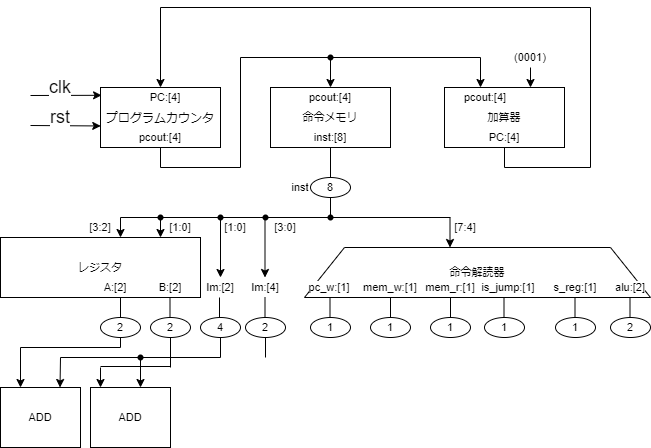
Above: cpu.png in ma2mo10/uRLTD4 (draw.io), before the change. Source tidied: cells renumbered, new cells last; positions are measured from the earlier drawing's top-left corner, leaving out a move shared by most shapes.
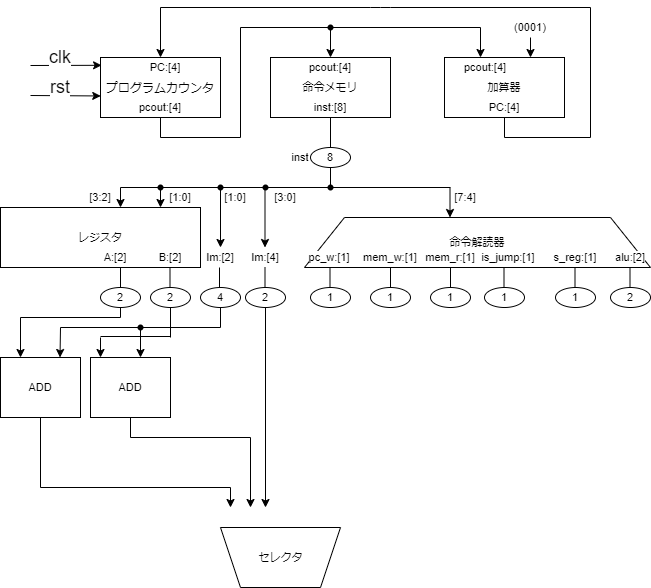
The same diagram one commit later.

Change to the diagram source:
```diff
@@ -111,19 +111,22 @@
     </mxCell>
     <mxCell id="28" style="endArrow=none;html=1;fontSize=11;" parent="1" edge="1">
       <mxGeometry relative="1" as="geometry">
-        <mxPoint x="590" as="sourcePoint" />
+        <mxPoint x="590" y="30" as="sourcePoint" />
         <mxPoint x="590" y="160" as="targetPoint" />
       </mxGeometry>
     </mxCell>
     <mxCell id="29" style="endArrow=none;html=1;fontSize=11;" parent="1" edge="1">
       <mxGeometry relative="1" as="geometry">
-        <mxPoint x="160" as="sourcePoint" />
-        <mxPoint x="590" as="targetPoint" />
+        <mxPoint x="160" y="30" as="sourcePoint" />
+        <mxPoint x="590" y="30" as="targetPoint" />
+        <Array as="points">
+          <mxPoint x="380" y="30" />
+        </Array>
       </mxGeometry>
     </mxCell>
     <mxCell id="30" style="endArrow=classic;html=1;fontSize=11;entryX=0.5;entryY=0;entryDx=0;entryDy=0;" parent="1" edge="1" target="2">
       <mxGeometry relative="1" as="geometry">
-        <mxPoint x="160" as="sourcePoint" />
+        <mxPoint x="160" y="30" as="sourcePoint" />
       </mxGeometry>
     </mxCell>
     <mxCell id="31" value="PC:[4]" style="text;html=1;strokeColor=none;fillColor=none;align=center;verticalAlign=middle;whiteSpace=wrap;rounded=0;labelBackgroundColor=#ffffff;fontSize=11;" parent="1" vertex="1">
@@ -365,11 +368,6 @@
         <mxPoint x="20" y="340" as="sourcePoint" />
       </mxGeometry>
     </mxCell>
-    <mxCell id="89" style="endArrow=none;html=1;fontSize=11;entryX=0.5;entryY=1;entryDx=0;entryDy=0;" parent="1" edge="1" target="69">
-      <mxGeometry relative="1" as="geometry">
-        <mxPoint x="265" y="350" as="sourcePoint" />
-      </mxGeometry>
-    </mxCell>
     <mxCell id="90" style="shape=waypoint;sketch=0;fillStyle=solid;size=6;points=[];fillColor=none;perimeter=centerPerimeter;snapToPoint=1;labelBackgroundColor=#ffffff;fontSize=11;html=1;" parent="1" vertex="1">
       <mxGeometry x="245" y="190" width="40" height="40" as="geometry" />
     </mxCell>
@@ -441,5 +439,50 @@
         <mxPoint x="140" y="350" as="sourcePoint" />
       </mxGeometry>
     </mxCell>
+    <mxCell id="104" style="shape=trapezoid;perimeter=trapezoidPerimeter;whiteSpace=wrap;html=1;fixedSize=1;labelBackgroundColor=#ffffff;fontSize=11;fillColor=none;gradientColor=none;rotation=-180;" parent="1" vertex="1">
+      <mxGeometry x="220" y="550" width="120" height="60" as="geometry" />
+    </mxCell>
+    <mxCell id="105" value="セレクタ" style="text;html=1;strokeColor=none;fillColor=none;align=center;verticalAlign=middle;whiteSpace=wrap;rounded=0;labelBackgroundColor=#ffffff;fontSize=11;" parent="1" vertex="1">
+      <mxGeometry x="252.5" y="570" width="55" height="20" as="geometry" />
+    </mxCell>
+    <mxCell id="106" style="endArrow=none;html=1;fontSize=11;entryX=0.5;entryY=1;entryDx=0;entryDy=0;" parent="1" edge="1" target="65">
+      <mxGeometry relative="1" as="geometry">
+        <mxPoint x="40" y="510" as="sourcePoint" />
+      </mxGeometry>
+    </mxCell>
+    <mxCell id="107" style="endArrow=none;html=1;fontSize=11;entryX=0.5;entryY=1;entryDx=0;entryDy=0;" parent="1" edge="1" target="87">
+      <mxGeometry relative="1" as="geometry">
+        <mxPoint x="130" y="460" as="sourcePoint" />
+      </mxGeometry>
+    </mxCell>
+    <mxCell id="108" style="endArrow=none;html=1;fontSize=11;" parent="1" edge="1">
+      <mxGeometry relative="1" as="geometry">
+        <mxPoint x="40" y="510" as="sourcePoint" />
+        <mxPoint x="230" y="510" as="targetPoint" />
+      </mxGeometry>
+    </mxCell>
+    <mxCell id="109" style="endArrow=none;html=1;fontSize=11;" parent="1" edge="1">
+      <mxGeometry relative="1" as="geometry">
+        <mxPoint x="130" y="460" as="sourcePoint" />
+        <mxPoint x="250" y="460" as="targetPoint" />
+      </mxGeometry>
+    </mxCell>
+    <mxCell id="110" style="endArrow=classic;html=1;fontSize=11;" parent="1" edge="1">
+      <mxGeometry relative="1" as="geometry">
+        <mxPoint x="230" y="510" as="sourcePoint" />
+        <mxPoint x="230" y="530" as="targetPoint" />
+      </mxGeometry>
+    </mxCell>
+    <mxCell id="111" style="endArrow=classic;html=1;fontSize=11;" parent="1" edge="1">
+      <mxGeometry relative="1" as="geometry">
+        <mxPoint x="250" y="460" as="sourcePoint" />
+        <mxPoint x="250" y="530" as="targetPoint" />
+      </mxGeometry>
+    </mxCell>
+    <mxCell id="112" style="endArrow=classic;html=1;fontSize=11;exitX=0.5;exitY=1;exitDx=0;exitDy=0;" parent="1" edge="1" source="69">
+      <mxGeometry relative="1" as="geometry">
+        <mxPoint x="265" y="530" as="targetPoint" />
+      </mxGeometry>
+    </mxCell>
   </root>
 </mxGraphModel>
```
